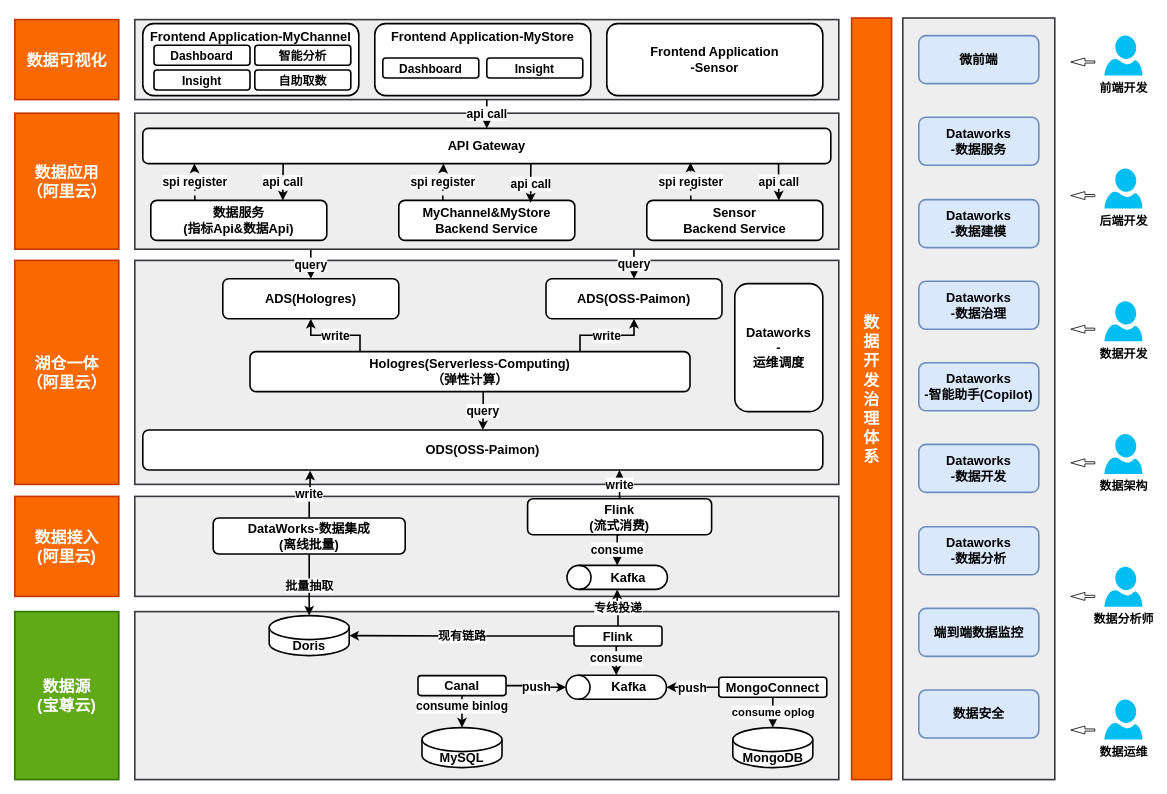
jackie-thank/beego-authz keeps this draw.io diagram as page "Apple-future-architecture-batch" (13 of 16) of indicator-platform.drawio. Above is the earlier version. Source tidied: cells renumbered, new cells numbered last; positions are measured from the earlier drawing's top-left corner, leaving out a move shared by most shapes. Both pictures are drawn from the tidied source at 80%, with x=0, y=0 at pixel (14, 18).
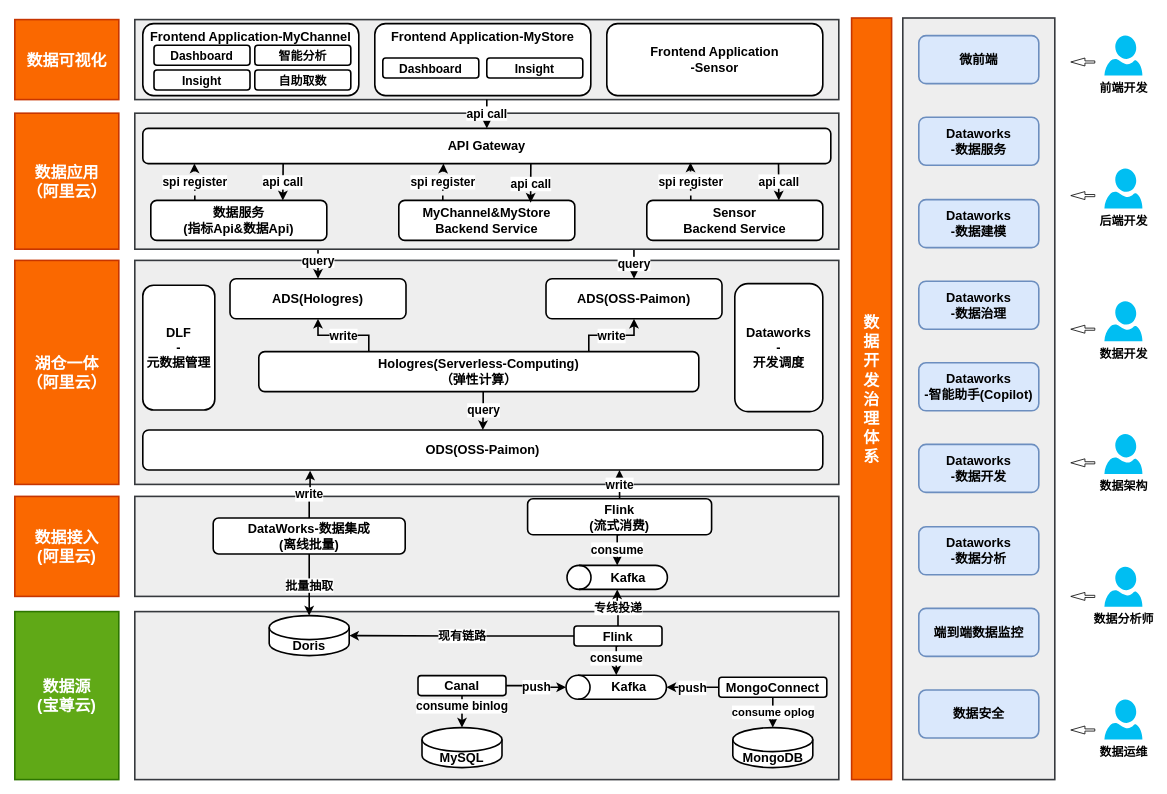
After the change.

Unchanged cells that the change refers to:
```xml
<mxCell id="6" value="&lt;div&gt;ODS(OSS-Paimon)&lt;/div&gt;" style="rounded=1;whiteSpace=wrap;html=1;strokeWidth=2;fontSize=16;fontStyle=1;" parent="1" vertex="1">
  <mxGeometry x="160" y="515" width="850" height="50" as="geometry" />
</mxCell>
```

Diff of the diagram source:
```diff
@@
-    <mxCell id="7" value="&lt;div&gt;Dataworks&lt;/div&gt;&lt;div&gt;-&lt;/div&gt;&lt;div&gt;运维调度&lt;/div&gt;" style="rounded=1;whiteSpace=wrap;html=1;strokeWidth=2;fontSize=16;fontStyle=1;" parent="1" vertex="1">
+    <mxCell id="7" value="&lt;div&gt;Dataworks&lt;/div&gt;&lt;div&gt;-&lt;/div&gt;&lt;div&gt;开发调度&lt;/div&gt;" style="rounded=1;whiteSpace=wrap;html=1;strokeWidth=2;fontSize=16;fontStyle=1;" parent="1" vertex="1">
       <mxGeometry x="900" y="332" width="110" height="160" as="geometry" />
     </mxCell>
@@
     <mxCell id="25" value="&lt;div&gt;ADS(Hologres)&lt;/div&gt;" style="rounded=1;whiteSpace=wrap;html=1;strokeWidth=2;fontSize=16;fontStyle=1;" parent="1" vertex="1">
-      <mxGeometry x="260" y="326" width="220" height="50" as="geometry" />
+      <mxGeometry x="269" y="326" width="220" height="50" as="geometry" />
     </mxCell>
@@
-    <mxCell id="42" value="query" style="edgeStyle=orthogonalEdgeStyle;rounded=0;jettySize=auto;html=1;exitX=0.53;exitY=0.989;exitDx=0;exitDy=0;fontSize=15;fontStyle=1;strokeWidth=2;entryX=0.5;entryY=0;entryDx=0;entryDy=0;exitPerimeter=0;" parent="1" edge="1" source="45" target="6">
+    <mxCell id="42" value="query" style="edgeStyle=orthogonalEdgeStyle;rounded=0;jettySize=auto;html=1;exitX=0.51;exitY=0.967;exitDx=0;exitDy=0;fontSize=15;fontStyle=1;strokeWidth=2;entryX=0.5;entryY=0;entryDx=0;entryDy=0;exitPerimeter=0;" parent="1" edge="1" source="45" target="6">
       <mxGeometry relative="1" as="geometry" />
     </mxCell>
@@
     <mxCell id="45" value="&lt;div&gt;Hologres(Serverless-Computing)&lt;/div&gt;&lt;div&gt;（弹性计算）&lt;/div&gt;" style="rounded=1;whiteSpace=wrap;html=1;strokeWidth=2;fontSize=16;fontStyle=1;" parent="1" vertex="1">
-      <mxGeometry x="294" y="417" width="550" height="50" as="geometry" />
+      <mxGeometry x="305" y="417" width="550" height="50" as="geometry" />
     </mxCell>
@@
+    <mxCell id="88" value="&lt;div&gt;DLF&lt;/div&gt;&lt;div&gt;-&lt;/div&gt;&lt;div&gt;元数据管理&lt;/div&gt;" style="rounded=1;whiteSpace=wrap;html=1;strokeWidth=2;fontSize=16;fontStyle=1;" parent="1" vertex="1">
+      <mxGeometry x="160" y="334" width="90" height="156" as="geometry" />
+    </mxCell>
```
